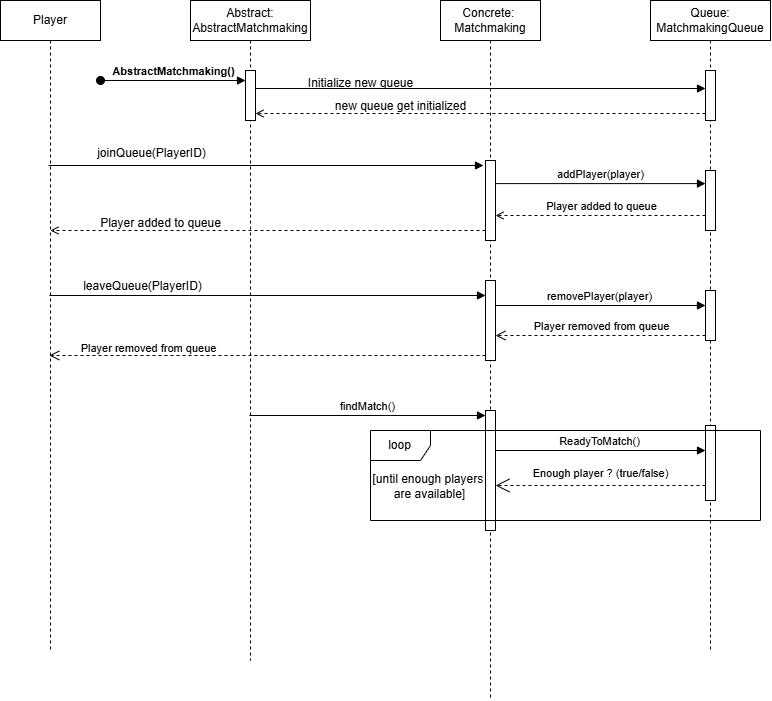
Earlier version of the draw.io export iteration1_deliverables/sequence_diagrams/sequence_diagram_Matchmaking.drawio.png (SarimEkram/Multiplayer-Board-platform). Source tidied: cells renumbered, new cells last; positions are measured from the earlier drawing's top-left corner, leaving out a move shared by most shapes.
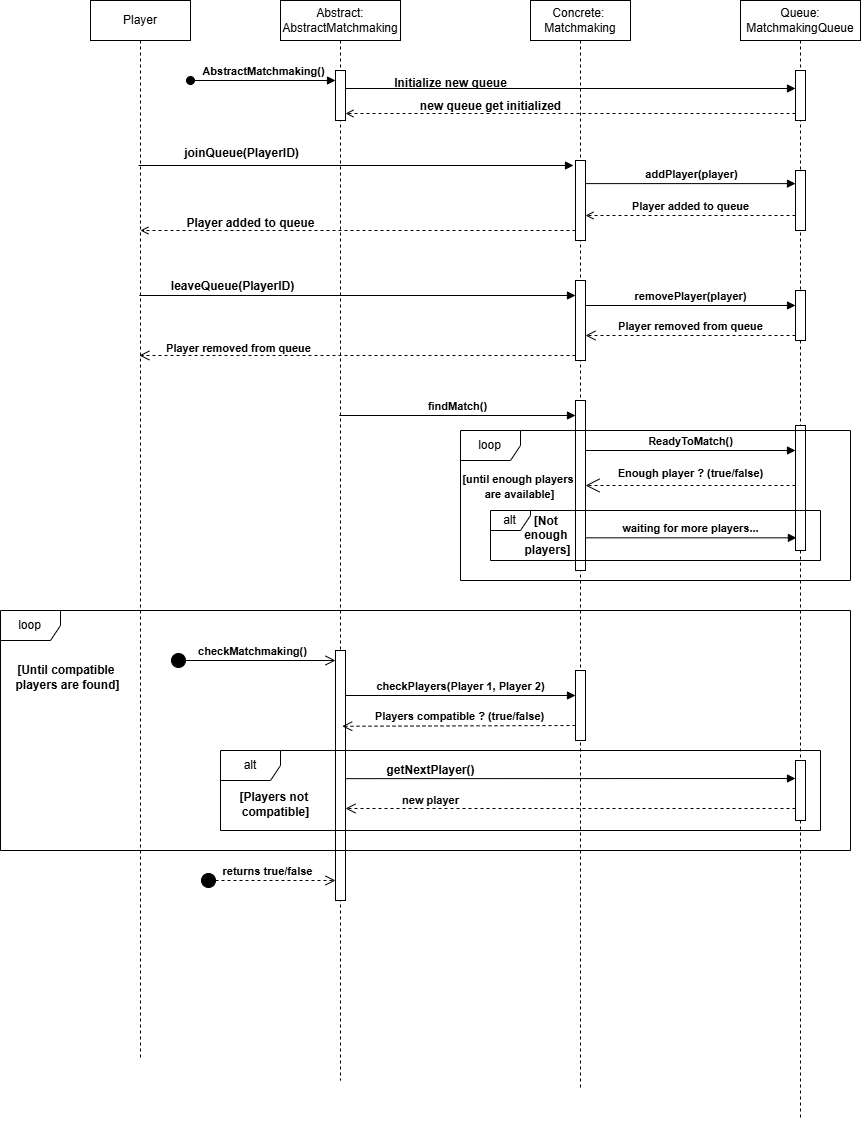
The same file after the commit.

Commit message:
updated Sequence diagram for matchmaking

Change to the diagram source:
```diff
@@ -5,12 +5,15 @@
     <mxCell id="2" value="Player" style="shape=umlLifeline;perimeter=lifelinePerimeter;whiteSpace=wrap;html=1;newEdgeStyle={&quot;curved&quot;:0,&quot;rounded&quot;:0};" parent="1" vertex="1">
-      <mxGeometry width="100" height="650" as="geometry" />
+      <mxGeometry width="100" height="1060" as="geometry" />
     </mxCell>
     <mxCell id="3" value="Abstract: AbstractMatchmaking" style="shape=umlLifeline;perimeter=lifelinePerimeter;whiteSpace=wrap;html=1;outlineConnect=0;portConstraint=eastwest;newEdgeStyle={&quot;curved&quot;:0,&quot;rounded&quot;:0};" parent="1" vertex="1">
-      <mxGeometry x="190" width="120" height="660" as="geometry" />
+      <mxGeometry x="190" width="120" height="1080" as="geometry" />
     </mxCell>
-    <mxCell id="4" style="html=1;points=[[0,0,0,0,5],[0,1,0,0,-5],[1,0,0,0,5],[1,1,0,0,-5]];perimeter=orthogonalPerimeter;outlineConnect=0;targetShapes=umlLifeline;portConstraint=eastwest;newEdgeStyle={&quot;curved&quot;:0,&quot;rounded&quot;:0};" parent="3" vertex="1">
-      <mxGeometry x="55" y="70" width="10" height="50" as="geometry" />
-    </mxCell>
+    <mxCell id="37" style="html=1;points=[[0,0,0,0,5],[0,1,0,0,-5],[1,0,0,0,5],[1,1,0,0,-5]];perimeter=orthogonalPerimeter;outlineConnect=0;targetShapes=umlLifeline;portConstraint=eastwest;newEdgeStyle={&quot;curved&quot;:0,&quot;rounded&quot;:0};" parent="3" vertex="1">
+      <mxGeometry x="55" y="70" width="10" height="50" as="geometry" />
+    </mxCell>
+    <mxCell id="38" style="html=1;points=[[0,0,0,0,5],[0,1,0,0,-5],[1,0,0,0,5],[1,1,0,0,-5]];perimeter=orthogonalPerimeter;outlineConnect=0;targetShapes=umlLifeline;portConstraint=eastwest;newEdgeStyle={&quot;curved&quot;:0,&quot;rounded&quot;:0};" parent="3" vertex="1">
+      <mxGeometry x="55" y="650" width="10" height="250" as="geometry" />
+    </mxCell>
     <mxCell id="5" value="Concrete:&amp;nbsp;&lt;div&gt;Matchmaking&lt;/div&gt;" style="shape=umlLifeline;perimeter=lifelinePerimeter;whiteSpace=wrap;html=1;newEdgeStyle={&quot;curved&quot;:0,&quot;rounded&quot;:0};" parent="1" vertex="1">
-      <mxGeometry x="440" width="100" height="700" as="geometry" />
+      <mxGeometry x="440" width="100" height="1090" as="geometry" />
     </mxCell>
@@ -22,7 +25,7 @@
     </mxCell>
-    <mxCell id="8" style="html=1;perimeter=orthogonalPerimeter;targetShapes=umlLifeline;newEdgeStyle={&quot;curved&quot;:0,&quot;rounded&quot;:0};" parent="5" vertex="1">
-      <mxGeometry x="45" y="410" width="10" height="120" as="geometry" />
-    </mxCell>
+    <mxCell id="39" style="html=1;perimeter=orthogonalPerimeter;targetShapes=umlLifeline;newEdgeStyle={&quot;curved&quot;:0,&quot;rounded&quot;:0};" parent="5" vertex="1">
+      <mxGeometry x="45" y="400" width="10" height="170" as="geometry" />
+    </mxCell>
     <mxCell id="9" value="Queue:&lt;div&gt;MatchmakingQueue&lt;/div&gt;" style="shape=umlLifeline;perimeter=lifelinePerimeter;whiteSpace=wrap;html=1;newEdgeStyle={&quot;curved&quot;:0,&quot;rounded&quot;:0};" parent="1" vertex="1">
-      <mxGeometry x="650" width="120" height="650" as="geometry" />
+      <mxGeometry x="650" width="120" height="1120" as="geometry" />
     </mxCell>
@@ -31,18 +34,24 @@
     </mxCell>
-    <mxCell id="11" style="html=1;perimeter=orthogonalPerimeter;targetShapes=umlLifeline;newEdgeStyle={&quot;curved&quot;:0,&quot;rounded&quot;:0};" parent="9" vertex="1">
-      <mxGeometry x="55" y="70" width="10" height="50" as="geometry" />
-    </mxCell>
-    <mxCell id="12" style="html=1;perimeter=orthogonalPerimeter;targetShapes=umlLifeline;newEdgeStyle={&quot;curved&quot;:0,&quot;rounded&quot;:0};" parent="9" vertex="1">
-      <mxGeometry x="55" y="425" width="10" height="75" as="geometry" />
-    </mxCell>
-    <mxCell id="13" style="html=1;verticalAlign=bottom;endArrow=block;curved=0;rounded=0;entryX=0;entryY=0;entryDx=0;entryDy=5;entryPerimeter=0;" parent="1" edge="1">
-      <mxGeometry relative="1" as="geometry">
-        <mxPoint x="48" y="165" as="sourcePoint" />
-        <mxPoint x="483" y="165" as="targetPoint" />
-      </mxGeometry>
-    </mxCell>
+    <mxCell id="40" style="html=1;perimeter=orthogonalPerimeter;targetShapes=umlLifeline;newEdgeStyle={&quot;curved&quot;:0,&quot;rounded&quot;:0};" parent="9" vertex="1">
+      <mxGeometry x="55" y="70" width="10" height="50" as="geometry" />
+    </mxCell>
+    <mxCell id="41" style="html=1;perimeter=orthogonalPerimeter;targetShapes=umlLifeline;newEdgeStyle={&quot;curved&quot;:0,&quot;rounded&quot;:0};" parent="9" vertex="1">
+      <mxGeometry x="55" y="425" width="10" height="125" as="geometry" />
+    </mxCell>
+    <mxCell id="42" style="html=1;perimeter=orthogonalPerimeter;targetShapes=umlLifeline;newEdgeStyle={&quot;curved&quot;:0,&quot;rounded&quot;:0};" parent="9" vertex="1">
+      <mxGeometry x="-165" y="670" width="10" height="70" as="geometry" />
+    </mxCell>
+    <mxCell id="43" style="html=1;perimeter=orthogonalPerimeter;targetShapes=umlLifeline;newEdgeStyle={&quot;curved&quot;:0,&quot;rounded&quot;:0};" parent="9" vertex="1">
+      <mxGeometry x="55" y="760" width="10" height="60" as="geometry" />
+    </mxCell>
+    <mxCell id="44" style="html=1;verticalAlign=bottom;endArrow=block;curved=0;rounded=0;entryX=0;entryY=0;entryDx=0;entryDy=5;entryPerimeter=0;" parent="1" edge="1">
+      <mxGeometry relative="1" as="geometry">
+        <mxPoint x="48" y="165" as="sourcePoint" />
+        <mxPoint x="483" y="165" as="targetPoint" />
+      </mxGeometry>
+    </mxCell>
-    <mxCell id="14" value="joinQueue(PlayerID)" style="text;html=1;align=center;verticalAlign=middle;strokeColor=none;fillColor=none;" parent="1" vertex="1">
-      <mxGeometry x="86" y="138" width="130" height="30" as="geometry" />
+    <mxCell id="14" value="&lt;b&gt;joinQueue(PlayerID)&lt;/b&gt;" style="text;html=1;align=center;verticalAlign=middle;strokeColor=none;fillColor=none;" parent="1" vertex="1">
+      <mxGeometry x="81" y="138" width="140" height="30" as="geometry" />
     </mxCell>
-    <mxCell id="15" value="addPlayer(player)" style="html=1;verticalAlign=bottom;endArrow=block;curved=0;rounded=0;exitX=0.551;exitY=0.133;exitDx=0;exitDy=0;exitPerimeter=0;" parent="1" edge="1">
+    <mxCell id="15" value="&lt;b&gt;addPlayer(player)&lt;/b&gt;" style="html=1;verticalAlign=bottom;endArrow=block;curved=0;rounded=0;exitX=0.551;exitY=0.133;exitDx=0;exitDy=0;exitPerimeter=0;" parent="1" edge="1">
       <mxGeometry relative="1" as="geometry">
@@ -52,18 +61,18 @@
     </mxCell>
-    <mxCell id="16" value="Player added to queue" style="html=1;verticalAlign=bottom;endArrow=open;curved=0;rounded=0;dashed=1;endFill=0;" parent="1" edge="1">
-      <mxGeometry relative="1" as="geometry">
-        <mxPoint x="705" y="215" as="sourcePoint" />
-        <mxPoint x="495" y="215" as="targetPoint" />
-      </mxGeometry>
-    </mxCell>
-    <mxCell id="17" style="html=1;verticalAlign=bottom;endArrow=open;curved=0;rounded=0;endFill=0;dashed=1;" parent="1" edge="1">
-      <mxGeometry relative="1" as="geometry">
-        <mxPoint x="485" y="230" as="sourcePoint" />
-        <mxPoint x="49.9" y="230" as="targetPoint" />
-      </mxGeometry>
-    </mxCell>
-    <mxCell id="18" value="Player added to queue" style="text;html=1;align=center;verticalAlign=middle;strokeColor=none;fillColor=none;" parent="1" vertex="1">
-      <mxGeometry x="90" y="208" width="140" height="30" as="geometry" />
-    </mxCell>
+    <mxCell id="45" value="&lt;b&gt;Player added to queue&lt;/b&gt;" style="html=1;verticalAlign=bottom;endArrow=open;curved=0;rounded=0;dashed=1;endFill=0;" parent="1" edge="1">
+      <mxGeometry relative="1" as="geometry">
+        <mxPoint x="705" y="215" as="sourcePoint" />
+        <mxPoint x="495" y="215" as="targetPoint" />
+      </mxGeometry>
+    </mxCell>
+    <mxCell id="46" style="html=1;verticalAlign=bottom;endArrow=open;curved=0;rounded=0;endFill=0;dashed=1;" parent="1" edge="1">
+      <mxGeometry relative="1" as="geometry">
+        <mxPoint x="485" y="230" as="sourcePoint" />
+        <mxPoint x="49.9" y="230" as="targetPoint" />
+      </mxGeometry>
+    </mxCell>
+    <mxCell id="47" value="&lt;b&gt;Player added to queue&lt;/b&gt;" style="text;html=1;align=center;verticalAlign=middle;strokeColor=none;fillColor=none;" parent="1" vertex="1">
+      <mxGeometry x="85" y="208" width="150" height="30" as="geometry" />
+    </mxCell>
-    <mxCell id="19" value="&lt;b&gt;AbstractMatchmaking()&lt;/b&gt;" style="html=1;verticalAlign=bottom;startArrow=oval;startFill=1;endArrow=block;startSize=8;curved=0;rounded=0;" parent="1" edge="1" target="4">
+    <mxCell id="19" value="&lt;b&gt;AbstractMatchmaking()&lt;/b&gt;" style="html=1;verticalAlign=bottom;startArrow=oval;startFill=1;endArrow=block;startSize=8;curved=0;rounded=0;" parent="1" edge="1" target="37">
       <mxGeometry relative="1" as="geometry">
@@ -72,37 +81,37 @@
     </mxCell>
-    <mxCell id="20" style="html=1;verticalAlign=bottom;endArrow=block;curved=0;rounded=0;" parent="1" edge="1">
-      <mxGeometry relative="1" as="geometry">
-        <mxPoint x="255" y="88" as="sourcePoint" />
-        <mxPoint x="705" y="88" as="targetPoint" />
-      </mxGeometry>
-    </mxCell>
+    <mxCell id="48" style="html=1;verticalAlign=bottom;endArrow=block;curved=0;rounded=0;" parent="1" edge="1">
+      <mxGeometry relative="1" as="geometry">
+        <mxPoint x="255" y="88" as="sourcePoint" />
+        <mxPoint x="705" y="88" as="targetPoint" />
+      </mxGeometry>
+    </mxCell>
-    <mxCell id="21" value="Initialize new queue" style="text;html=1;align=center;verticalAlign=middle;strokeColor=none;fillColor=none;" parent="1" vertex="1">
-      <mxGeometry x="295" y="68" width="130" height="30" as="geometry" />
+    <mxCell id="21" value="&lt;b&gt;Initialize new queue&lt;/b&gt;" style="text;html=1;align=center;verticalAlign=middle;strokeColor=none;fillColor=none;" parent="1" vertex="1">
+      <mxGeometry x="290" y="68" width="140" height="30" as="geometry" />
     </mxCell>
-    <mxCell id="22" style="html=1;verticalAlign=bottom;endArrow=open;curved=0;rounded=0;dashed=1;endFill=0;" parent="1" edge="1">
-      <mxGeometry relative="1" as="geometry">
-        <mxPoint x="705" y="113" as="sourcePoint" />
-        <mxPoint x="255" y="113" as="targetPoint" />
-      </mxGeometry>
-    </mxCell>
+    <mxCell id="49" style="html=1;verticalAlign=bottom;endArrow=open;curved=0;rounded=0;dashed=1;endFill=0;" parent="1" edge="1">
+      <mxGeometry relative="1" as="geometry">
+        <mxPoint x="705" y="113" as="sourcePoint" />
+        <mxPoint x="255" y="113" as="targetPoint" />
+      </mxGeometry>
+    </mxCell>
-    <mxCell id="23" value="new queue get initialized" style="text;html=1;align=center;verticalAlign=middle;strokeColor=none;fillColor=none;" parent="1" vertex="1">
-      <mxGeometry x="325" y="91" width="150" height="30" as="geometry" />
+    <mxCell id="23" value="&lt;b&gt;new queue get initialized&lt;/b&gt;" style="text;html=1;align=center;verticalAlign=middle;strokeColor=none;fillColor=none;" parent="1" vertex="1">
+      <mxGeometry x="320" y="91" width="160" height="30" as="geometry" />
     </mxCell>
-    <mxCell id="24" style="html=1;verticalAlign=bottom;endArrow=block;curved=0;rounded=0;" parent="1" edge="1" target="7">
-      <mxGeometry relative="1" as="geometry">
-        <mxPoint x="48.8" y="295" as="sourcePoint" />
-      </mxGeometry>
-    </mxCell>
-    <mxCell id="25" style="html=1;verticalAlign=bottom;endArrow=open;dashed=1;endSize=8;curved=0;rounded=0;exitX=0;exitY=1;exitDx=0;exitDy=-5;" parent="1" edge="1" source="7">
-      <mxGeometry relative="1" as="geometry">
-        <mxPoint x="48.8" y="355" as="targetPoint" />
-      </mxGeometry>
-    </mxCell>
-    <mxCell id="26" value="Player removed from queue" style="edgeLabel;html=1;align=center;verticalAlign=middle;" parent="25" vertex="1">
-      <mxGeometry x="0.44" y="-5" relative="1" as="geometry">
-        <mxPoint x="-25" y="-3" as="offset" />
-      </mxGeometry>
-    </mxCell>
+    <mxCell id="50" style="html=1;verticalAlign=bottom;endArrow=block;curved=0;rounded=0;" parent="1" edge="1" target="7">
+      <mxGeometry relative="1" as="geometry">
+        <mxPoint x="48.8" y="295" as="sourcePoint" />
+      </mxGeometry>
+    </mxCell>
+    <mxCell id="51" style="html=1;verticalAlign=bottom;endArrow=open;dashed=1;endSize=8;curved=0;rounded=0;exitX=0;exitY=1;exitDx=0;exitDy=-5;" parent="1" edge="1" source="7">
+      <mxGeometry relative="1" as="geometry">
+        <mxPoint x="48.8" y="355" as="targetPoint" />
+      </mxGeometry>
+    </mxCell>
+    <mxCell id="52" value="&lt;b&gt;Player removed from queue&lt;/b&gt;" style="edgeLabel;html=1;align=center;verticalAlign=middle;" parent="51" vertex="1">
+      <mxGeometry x="0.44" y="-5" relative="1" as="geometry">
+        <mxPoint x="-25" y="-3" as="offset" />
+      </mxGeometry>
+    </mxCell>
-    <mxCell id="27" value="leaveQueue(PlayerID)" style="text;html=1;align=center;verticalAlign=middle;strokeColor=none;fillColor=none;" parent="1" vertex="1">
-      <mxGeometry x="72" y="271" width="140" height="30" as="geometry" />
+    <mxCell id="27" value="&lt;b&gt;leaveQueue(PlayerID)&lt;/b&gt;" style="text;html=1;align=center;verticalAlign=middle;strokeColor=none;fillColor=none;" parent="1" vertex="1">
+      <mxGeometry x="67" y="271" width="150" height="30" as="geometry" />
     </mxCell>
@@ -111,3 +120,3 @@
     </mxCell>
-    <mxCell id="29" value="removePlayer(player)" style="html=1;verticalAlign=bottom;endArrow=block;curved=0;rounded=0;entryX=0;entryY=0;entryDx=0;entryDy=5;" parent="1" edge="1">
+    <mxCell id="29" value="&lt;b&gt;removePlayer(player)&lt;/b&gt;" style="html=1;verticalAlign=bottom;endArrow=block;curved=0;rounded=0;entryX=0;entryY=0;entryDx=0;entryDy=5;" parent="1" edge="1">
       <mxGeometry relative="1" as="geometry">
@@ -117,6 +126,6 @@
     </mxCell>
-    <mxCell id="30" value="Player removed from queue" style="html=1;verticalAlign=bottom;endArrow=open;dashed=1;endSize=8;curved=0;rounded=0;exitX=0;exitY=1;exitDx=0;exitDy=-5;" parent="1" edge="1" source="28" target="7">
+    <mxCell id="30" value="&lt;b&gt;Player removed from queue&lt;/b&gt;" style="html=1;verticalAlign=bottom;endArrow=open;dashed=1;endSize=8;curved=0;rounded=0;exitX=0;exitY=1;exitDx=0;exitDy=-5;" parent="1" edge="1" source="28" target="7">
       <mxGeometry relative="1" as="geometry" />
     </mxCell>
-    <mxCell id="31" value="findMatch()" style="html=1;verticalAlign=bottom;endArrow=block;curved=0;rounded=0;entryX=0;entryY=0;entryDx=0;entryDy=5;" parent="1" edge="1">
+    <mxCell id="31" value="&lt;b&gt;findMatch()&lt;/b&gt;" style="html=1;verticalAlign=bottom;endArrow=block;curved=0;rounded=0;entryX=0;entryY=0;entryDx=0;entryDy=5;" parent="1" edge="1">
       <mxGeometry relative="1" as="geometry">
@@ -126,3 +135,3 @@
     </mxCell>
-    <mxCell id="32" value="ReadyToMatch()" style="html=1;verticalAlign=bottom;endArrow=block;curved=0;rounded=0;" parent="1" edge="1">
+    <mxCell id="32" value="&lt;b&gt;ReadyToMatch()&lt;/b&gt;" style="html=1;verticalAlign=bottom;endArrow=block;curved=0;rounded=0;" parent="1" edge="1">
       <mxGeometry relative="1" as="geometry">
@@ -132,17 +141,79 @@
     </mxCell>
-    <mxCell id="33" style="endArrow=open;endSize=12;dashed=1;html=1;rounded=0;" parent="1" edge="1">
-      <mxGeometry relative="1" as="geometry">
-        <mxPoint x="705" y="485" as="sourcePoint" />
-        <mxPoint x="495" y="485" as="targetPoint" />
-      </mxGeometry>
-    </mxCell>
+    <mxCell id="53" style="endArrow=open;endSize=12;dashed=1;html=1;rounded=0;" parent="1" edge="1">
+      <mxGeometry relative="1" as="geometry">
+        <mxPoint x="705" y="485" as="sourcePoint" />
+        <mxPoint x="495" y="485" as="targetPoint" />
+      </mxGeometry>
+    </mxCell>
-    <mxCell id="34" value="&lt;span style=&quot;font-size: 11px; background-color: rgb(255, 255, 255);&quot;&gt;Enough player ? (true/false)&lt;/span&gt;" style="text;html=1;align=center;verticalAlign=middle;strokeColor=none;fillColor=none;" parent="1" vertex="1">
-      <mxGeometry x="520" y="458" width="160" height="30" as="geometry" />
+    <mxCell id="34" value="&lt;span style=&quot;font-size: 11px; background-color: rgb(255, 255, 255);&quot;&gt;&lt;b&gt;Enough player ? (true/false)&lt;/b&gt;&lt;/span&gt;" style="text;html=1;align=center;verticalAlign=middle;strokeColor=none;fillColor=none;" parent="1" vertex="1">
+      <mxGeometry x="515" y="458" width="170" height="30" as="geometry" />
     </mxCell>
-    <mxCell id="35" value="loop" style="shape=umlFrame;whiteSpace=wrap;html=1;" parent="1" vertex="1">
-      <mxGeometry x="370" y="430" width="390" height="90" as="geometry" />
-    </mxCell>
+    <mxCell id="54" value="&lt;b&gt;waiting for more players...&lt;/b&gt;" style="html=1;verticalAlign=bottom;endArrow=block;curved=0;rounded=0;entryX=0.466;entryY=0.556;entryDx=0;entryDy=0;entryPerimeter=0;" parent="1" edge="1">
+      <mxGeometry relative="1" as="geometry">
+        <mxPoint x="495" y="537.3" as="sourcePoint" />
+        <mxPoint x="705.9" y="537.3" as="targetPoint" />
+      </mxGeometry>
+    </mxCell>
+    <mxCell id="55" value="loop" style="shape=umlFrame;whiteSpace=wrap;html=1;" parent="1" vertex="1">
+      <mxGeometry x="370" y="430" width="390" height="150" as="geometry" />
+    </mxCell>
-    <mxCell id="36" value="[until enough players&amp;nbsp;&lt;div&gt;are available]&lt;/div&gt;" style="text;html=1;align=center;verticalAlign=middle;strokeColor=none;fillColor=none;" parent="1" vertex="1">
+    <mxCell id="36" value="&lt;b&gt;&lt;font style=&quot;font-size: 11px;&quot;&gt;[until enough players&amp;nbsp;&lt;/font&gt;&lt;/b&gt;&lt;div&gt;&lt;b&gt;&lt;font style=&quot;font-size: 11px;&quot;&gt;are available]&lt;/font&gt;&lt;/b&gt;&lt;/div&gt;" style="text;html=1;align=center;verticalAlign=middle;strokeColor=none;fillColor=none;" parent="1" vertex="1">
       <mxGeometry x="359" y="466" width="140" height="40" as="geometry" />
     </mxCell>
+    <mxCell id="56" value="alt" style="shape=umlFrame;whiteSpace=wrap;html=1;width=40;height=20;" parent="1" vertex="1">
+      <mxGeometry x="400" y="510" width="330" height="50" as="geometry" />
+    </mxCell>
+    <mxCell id="57" value="&lt;b&gt;[Not&amp;nbsp;&lt;/b&gt;&lt;div&gt;&lt;b&gt;enough&amp;nbsp;&lt;/b&gt;&lt;/div&gt;&lt;div&gt;&lt;b&gt;players]&lt;/b&gt;&lt;/div&gt;" style="text;html=1;align=center;verticalAlign=middle;strokeColor=none;fillColor=none;" parent="1" vertex="1">
+      <mxGeometry x="422" y="505" width="70" height="60" as="geometry" />
+    </mxCell>
+    <mxCell id="58" value="&lt;b&gt;checkPlayers(Player 1, Player 2)&lt;/b&gt;" style="html=1;verticalAlign=bottom;endArrow=block;curved=0;rounded=0;entryX=0;entryY=0;entryDx=0;entryDy=5;" parent="1" edge="1" source="38">
+      <mxGeometry relative="1" as="geometry">
+        <mxPoint x="485" y="695" as="targetPoint" />
+      </mxGeometry>
+    </mxCell>
+    <mxCell id="59" value="&lt;b&gt;Players compatible ? (true/false)&lt;/b&gt;" style="html=1;verticalAlign=bottom;endArrow=open;dashed=1;endSize=8;curved=0;rounded=0;exitX=0;exitY=1;exitDx=0;exitDy=-5;entryX=0.514;entryY=0.672;entryDx=0;entryDy=0;entryPerimeter=0;" parent="1" edge="1" target="3">
+      <mxGeometry relative="1" as="geometry">
+        <mxPoint x="485" y="725" as="sourcePoint" />
+      </mxGeometry>
+    </mxCell>
+    <mxCell id="60" value="&lt;b&gt;checkMatchmaking()&lt;/b&gt;" style="html=1;verticalAlign=bottom;startArrow=circle;startFill=1;endArrow=open;startSize=6;endSize=8;curved=0;rounded=0;" parent="1" edge="1" target="38">
+      <mxGeometry relative="1" as="geometry">
+        <mxPoint x="80" y="660" as="sourcePoint" />
+      </mxGeometry>
+    </mxCell>
+    <mxCell id="61" style="html=1;verticalAlign=bottom;endArrow=block;curved=0;rounded=0;entryX=0;entryY=0;entryDx=0;entryDy=5;exitX=0.538;exitY=0.702;exitDx=0;exitDy=0;exitPerimeter=0;" parent="1" edge="1">
+      <mxGeometry relative="1" as="geometry">
+        <mxPoint x="254.6" y="778.2" as="sourcePoint" />
+        <mxPoint x="705" y="778" as="targetPoint" />
+      </mxGeometry>
+    </mxCell>
+    <mxCell id="62" style="html=1;verticalAlign=bottom;endArrow=open;dashed=1;endSize=8;curved=0;rounded=0;exitX=0;exitY=1;exitDx=0;exitDy=-5;" parent="1" edge="1">
+      <mxGeometry relative="1" as="geometry">
+        <mxPoint x="705" y="808" as="sourcePoint" />
+        <mxPoint x="255" y="808" as="targetPoint" />
+      </mxGeometry>
+    </mxCell>
+    <mxCell id="63" value="&lt;b&gt;getNextPlayer()&lt;/b&gt;" style="text;html=1;align=center;verticalAlign=middle;strokeColor=none;fillColor=none;" parent="1" vertex="1">
+      <mxGeometry x="285" y="755" width="110" height="30" as="geometry" />
+    </mxCell>
+    <mxCell id="64" value="&lt;span style=&quot;font-size: 11px; background-color: rgb(255, 255, 255);&quot;&gt;&lt;b&gt;new player&lt;/b&gt;&lt;/span&gt;" style="text;html=1;align=center;verticalAlign=middle;strokeColor=none;fillColor=none;" parent="1" vertex="1">
+      <mxGeometry x="300" y="785" width="80" height="30" as="geometry" />
+    </mxCell>
+    <mxCell id="65" value="loop" style="shape=umlFrame;whiteSpace=wrap;html=1;" parent="1" vertex="1">
+      <mxGeometry x="-90" y="610" width="850" height="240" as="geometry" />
+    </mxCell>
+    <mxCell id="66" value="&lt;b&gt;[Until compatible&amp;nbsp;&lt;/b&gt;&lt;div&gt;&lt;b&gt;players are found]&lt;/b&gt;&lt;/div&gt;" style="text;html=1;align=center;verticalAlign=middle;strokeColor=none;fillColor=none;" parent="1" vertex="1">
+      <mxGeometry x="-88" y="657" width="130" height="40" as="geometry" />
+    </mxCell>
+    <mxCell id="67" value="alt" style="shape=umlFrame;whiteSpace=wrap;html=1;" parent="1" vertex="1">
+      <mxGeometry x="130" y="750" width="600" height="80" as="geometry" />
+    </mxCell>
+    <mxCell id="68" value="&lt;b&gt;[Players not&amp;nbsp;&lt;/b&gt;&lt;div&gt;&lt;b&gt;compatible]&lt;/b&gt;&lt;/div&gt;" style="text;html=1;align=center;verticalAlign=middle;strokeColor=none;fillColor=none;" parent="1" vertex="1">
+      <mxGeometry x="135" y="784" width="100" height="40" as="geometry" />
+    </mxCell>
+    <mxCell id="69" value="&lt;b&gt;returns true/false&lt;/b&gt;" style="html=1;verticalAlign=bottom;startArrow=circle;startFill=1;endArrow=open;startSize=6;endSize=8;curved=0;rounded=0;dashed=1;" parent="1" edge="1" target="38">
+      <mxGeometry relative="1" as="geometry">
+        <mxPoint x="110" y="880" as="sourcePoint" />
+      </mxGeometry>
+    </mxCell>
   </root>
```
